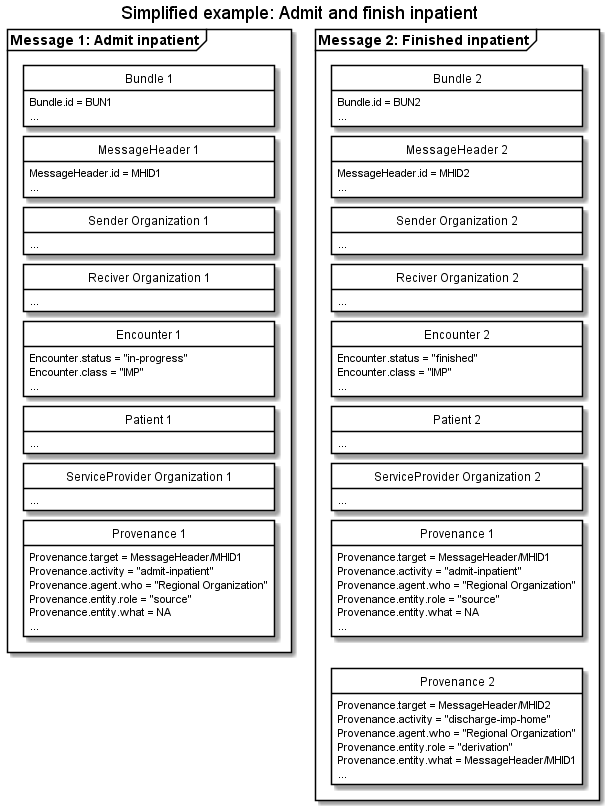
medcomdk/dk-medcom-hospitalnotification keeps this PlantUML diagram as input/images/hospitalnotification/HNAdmitFinish.png. Above is the earlier version. The source it was exported from:
```plantuml
@startuml HNAdmitFinish

skinparam class {
    BackgroundColor White
    BorderColor Black
    ArrowColor Black
  }
hide circle
hide empty members
skinparam SameClassWidth true
skinparam Ranksep 10


title Simplified example: Admit and finish inpatient

package "Message 1: Admit inpatient" as admit <<Frame>>{
    class "Bundle 1" as admitB {
        Bundle.id = BUN1
        ...
    }
    class "MessageHeader 1" as admitMH{
        MessageHeader.id = MHID1
        ...
    }
    class "Sender Organization 1" as admitSOrg{
        ...
    }
    class "Reciver Organization 1" as admitROrg{
        ...
    }
    class "Encounter 1" as admitENC{
        Encounter.status = "in-progress"
        Encounter.class = "IMP"
        ...
    }
    class "Patient 1" as admitPT{
        ...
    }
    class "ServiceProvider Organization 1" as admitSPOrg{
        ...
    }
    class "Provenance 1" as admitPRO{
        Provenance.target = MessageHeader/MHID1
        Provenance.activity = "admit-inpatient"
        Provenance.agent.who = "Regional Organization"
        Provenance.entity.role = "source"
        Provenance.entity.what = NA
        ...
    }

admitB -[hidden]- admitMH
admitMH -[hidden]- admitSOrg
admitSOrg-[hidden]-admitROrg
admitROrg-[hidden]-admitENC
admitENC-[hidden]-admitPT
admitPT-[hidden]-admitSPOrg
admitSPOrg-[hidden]-admitPRO



}

package "Message 2: Finished inpatient" as finished <<Frame>> {
    class "Bundle 2" as finishedB {
        Bundle.id = BUN2
        ...
    }
    class "MessageHeader 2" as finishedMH{
        MessageHeader.id = MHID2
        ...
    }
    class "Sender Organization 2" as finishedSOrg{
        ...
    }
    class "Reciver Organization 2" as finishedROrg{
        ...
    }
    class "Encounter 2" as finishedENC{
        Encounter.status = "finished"
        Encounter.class = "IMP"
        ...
    }
    class "Patient 2" as finishedPT{
        ...
    }
    class "ServiceProvider Organization 2" as finishedSPOrg{
        ...
    }
    class "Provenance 1" as admitfinishedPRO{
        Provenance.target = MessageHeader/MHID1
        Provenance.activity = "admit-inpatient"
        Provenance.agent.who = "Regional Organization"
        Provenance.entity.role = "source"
        Provenance.entity.what = NA
        ...
    }
    class "Provenance 2" as finishedPRO{
        Provenance.target = MessageHeader/MHID2
        Provenance.activity = "discharge-imp-home"
        Provenance.agent.who = "Regional Organization"
        Provenance.entity.role = "derivation"
        Provenance.entity.what = MessageHeader/MHID1
        ...
    }
finishedB-[hidden]-finishedMH
finishedMH-[hidden]-finishedSOrg
finishedSOrg-[hidden]-finishedROrg
finishedROrg-[hidden]-finishedENC
finishedENC-[hidden]-finishedPT
finishedPT-[hidden]-finishedSPOrg
finishedSPOrg-[hidden]-admitfinishedPRO
admitfinishedPRO-[hidden]-finishedPRO

}



@enduml
```
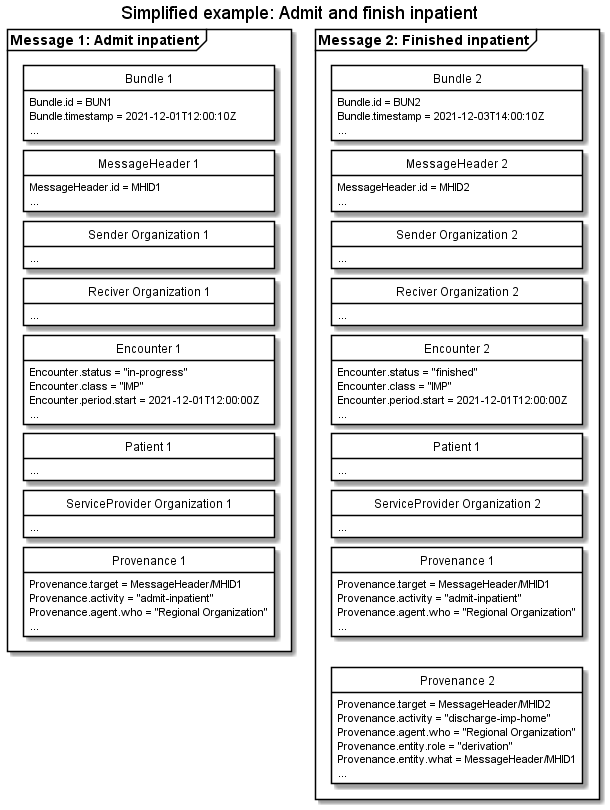
After the commit.

The edit, as a diff of the source:
```diff
@@ -16,6 +16,7 @@
 package "Message 1: Admit inpatient" as admit <<Frame>>{
     class "Bundle 1" as admitB {
         Bundle.id = BUN1
+        Bundle.timestamp = 2021-12-01T12:00:10Z
         ...
     }
     class "MessageHeader 1" as admitMH{
@@ -31,6 +32,7 @@
     class "Encounter 1" as admitENC{
         Encounter.status = "in-progress"
         Encounter.class = "IMP"
+        Encounter.period.start = 2021-12-01T12:00:00Z
         ...
     }
     class "Patient 1" as admitPT{
@@ -43,8 +45,6 @@
         Provenance.target = MessageHeader/MHID1
         Provenance.activity = "admit-inpatient"
         Provenance.agent.who = "Regional Organization"
-        Provenance.entity.role = "source"
-        Provenance.entity.what = NA
         ...
     }
 
@@ -63,6 +63,7 @@
 package "Message 2: Finished inpatient" as finished <<Frame>> {
     class "Bundle 2" as finishedB {
         Bundle.id = BUN2
+        Bundle.timestamp = 2021-12-03T14:00:10Z
         ...
     }
     class "MessageHeader 2" as finishedMH{
@@ -78,9 +79,10 @@
     class "Encounter 2" as finishedENC{
         Encounter.status = "finished"
         Encounter.class = "IMP"
+        Encounter.period.start = 2021-12-01T12:00:00Z
         ...
     }
-    class "Patient 2" as finishedPT{
+    class "Patient 1" as finishedPT{
         ...
     }
     class "ServiceProvider Organization 2" as finishedSPOrg{
@@ -90,8 +92,6 @@
         Provenance.target = MessageHeader/MHID1
         Provenance.activity = "admit-inpatient"
         Provenance.agent.who = "Regional Organization"
-        Provenance.entity.role = "source"
-        Provenance.entity.what = NA
         ...
     }
     class "Provenance 2" as finishedPRO{
```
